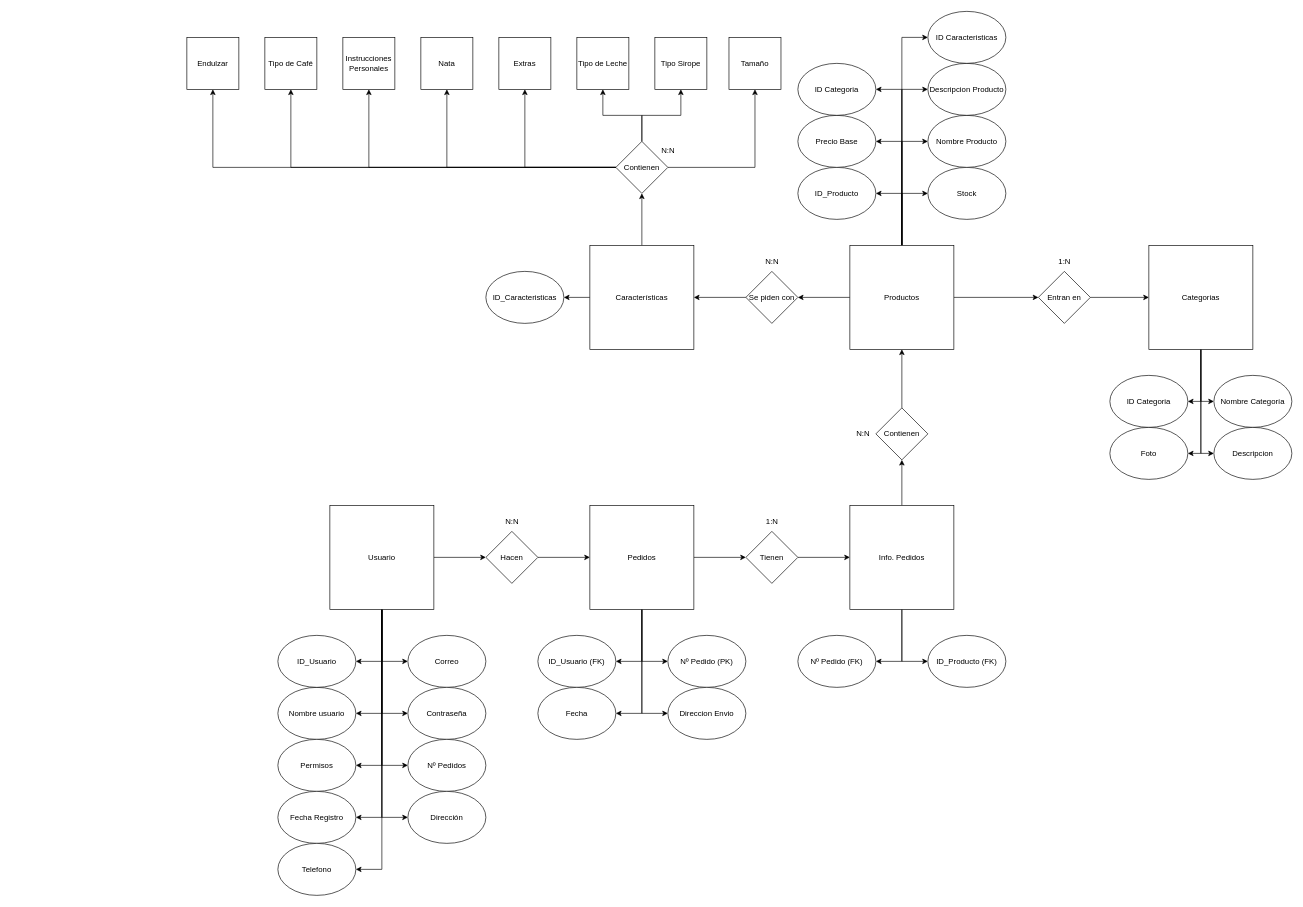
meeeww/tfg_server keeps this draw.io diagram as page "Modelo Relacional" (1 of 2) of BBDDTFG.drawio. Above is the earlier version. Source tidied: cells renumbered, new cells numbered last; positions are measured from the earlier drawing's top-left corner, leaving out a move shared by most shapes. Both pictures are drawn from the tidied source at 65%, with x=0, y=0 at pixel (187, 11).
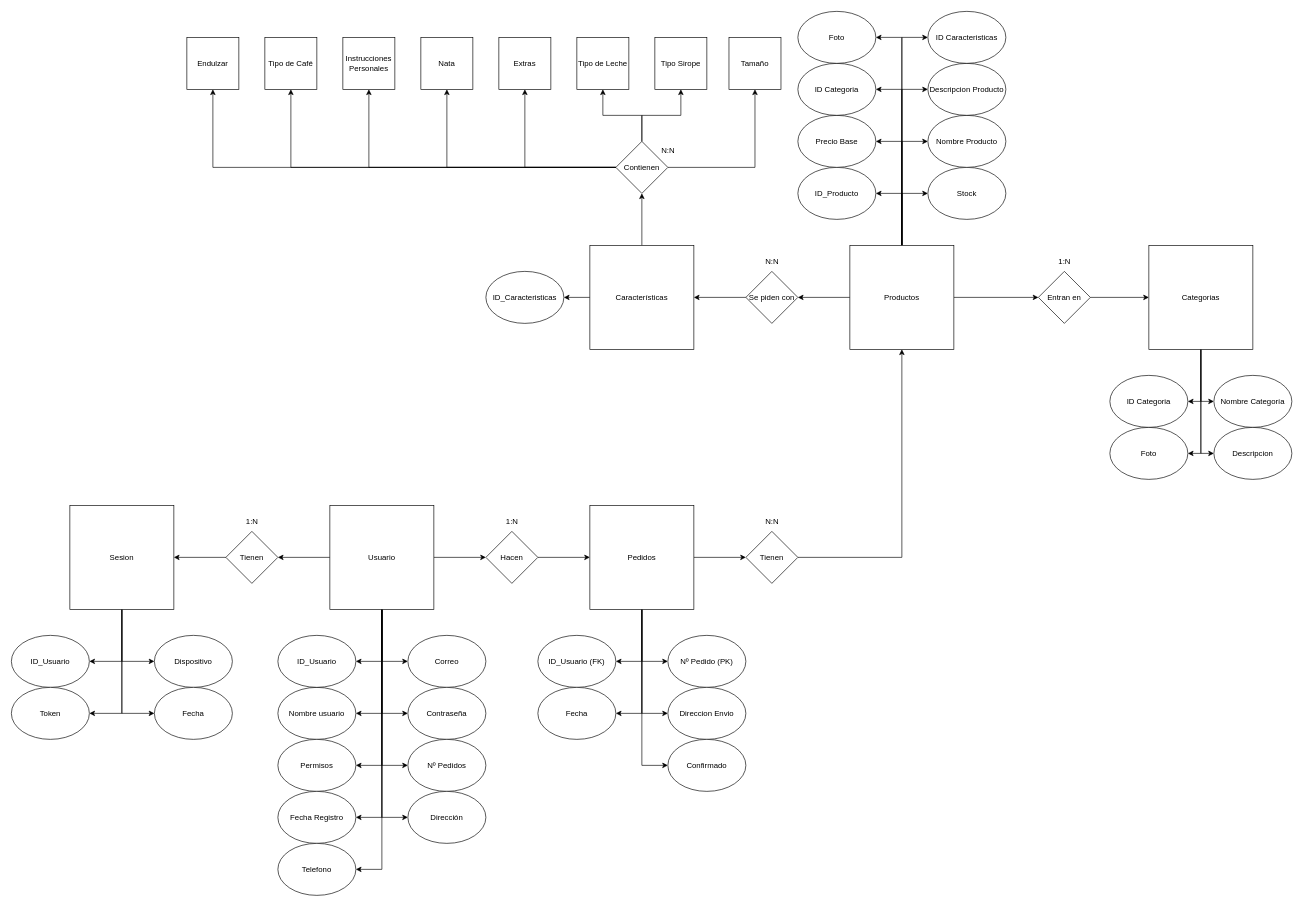
The same page after the edit.

The change refers to these unchanged cells:
```xml
<mxCell id="12" value="Usuario" style="whiteSpace=wrap;html=1;" parent="1" vertex="1">
  <mxGeometry x="220" y="760" width="160" height="160" as="geometry" />
</mxCell>
<mxCell id="23" value="Pedidos" style="whiteSpace=wrap;html=1;" parent="1" vertex="1">
  <mxGeometry x="620" y="760" width="160" height="160" as="geometry" />
</mxCell>
<mxCell id="36" value="Productos" style="whiteSpace=wrap;html=1;" parent="1" vertex="1">
  <mxGeometry x="1020" y="360" width="160" height="160" as="geometry" />
</mxCell>
<mxCell id="40" value="Tienen" style="rhombus;whiteSpace=wrap;html=1;" parent="1" vertex="1">
  <mxGeometry x="860" y="800" width="80" height="80" as="geometry" />
</mxCell>
```

The edit, as a diff of the source:
```diff
@@
+    <mxCell id="101" style="edgeStyle=orthogonalEdgeStyle;rounded=0;jettySize=auto;html=1;entryX=1;entryY=0.5;entryDx=0;entryDy=0;" parent="1" edge="1" source="12" target="115">
+      <mxGeometry relative="1" as="geometry" />
+    </mxCell>
@@
+    <mxCell id="102" style="edgeStyle=orthogonalEdgeStyle;rounded=0;jettySize=auto;html=1;entryX=0;entryY=0.5;entryDx=0;entryDy=0;" parent="1" edge="1" source="23" target="104">
+      <mxGeometry relative="1" as="geometry" />
+    </mxCell>
@@
+    <mxCell id="103" style="edgeStyle=orthogonalEdgeStyle;rounded=0;jettySize=auto;html=1;entryX=1;entryY=0.5;entryDx=0;entryDy=0;" parent="1" edge="1" source="36" target="117">
+      <mxGeometry relative="1" as="geometry" />
+    </mxCell>
@@
-    <mxCell id="37" style="edgeStyle=orthogonalEdgeStyle;rounded=0;jettySize=auto;html=1;entryX=0.5;entryY=1;entryDx=0;entryDy=0;" parent="1" edge="1" source="38" target="36">
-      <mxGeometry relative="1" as="geometry" />
-    </mxCell>
-    <mxCell id="38" value="Contienen" style="rhombus;whiteSpace=wrap;html=1;" parent="1" vertex="1">
-      <mxGeometry x="1060" y="610" width="80" height="80" as="geometry" />
-    </mxCell>
-    <mxCell id="39" style="edgeStyle=orthogonalEdgeStyle;rounded=0;jettySize=auto;html=1;entryX=0;entryY=0.5;entryDx=0;entryDy=0;" parent="1" edge="1" source="40" target="44">
+    <mxCell id="39" style="edgeStyle=orthogonalEdgeStyle;rounded=0;jettySize=auto;html=1;entryX=0.5;entryY=1;entryDx=0;entryDy=0;" parent="1" edge="1" source="40" target="36">
       <mxGeometry relative="1" as="geometry" />
     </mxCell>
@@
-    <mxCell id="41" style="edgeStyle=orthogonalEdgeStyle;rounded=0;jettySize=auto;html=1;entryX=1;entryY=0.5;entryDx=0;entryDy=0;" parent="1" edge="1" source="44" target="45">
-      <mxGeometry relative="1" as="geometry" />
-    </mxCell>
-    <mxCell id="42" style="edgeStyle=orthogonalEdgeStyle;rounded=0;jettySize=auto;html=1;entryX=0;entryY=0.5;entryDx=0;entryDy=0;" parent="1" edge="1" source="44" target="46">
-      <mxGeometry relative="1" as="geometry" />
-    </mxCell>
-    <mxCell id="43" style="edgeStyle=orthogonalEdgeStyle;rounded=0;jettySize=auto;html=1;entryX=0.5;entryY=1;entryDx=0;entryDy=0;" parent="1" edge="1" source="44" target="38">
-      <mxGeometry relative="1" as="geometry" />
-    </mxCell>
-    <mxCell id="44" value="Info. Pedidos" style="whiteSpace=wrap;html=1;" parent="1" vertex="1">
-      <mxGeometry x="1020" y="760" width="160" height="160" as="geometry" />
-    </mxCell>
-    <mxCell id="45" value="Nº Pedido (FK)" style="ellipse;whiteSpace=wrap;html=1;" parent="1" vertex="1">
-      <mxGeometry x="940" y="960" width="120" height="80" as="geometry" />
-    </mxCell>
-    <mxCell id="46" value="ID_Producto (FK)" style="ellipse;whiteSpace=wrap;html=1;" parent="1" vertex="1">
-      <mxGeometry x="1140" y="960" width="120" height="80" as="geometry" />
-    </mxCell>
@@
-    <mxCell id="81" value="1:N" style="text;html=1;align=center;verticalAlign=middle;strokeColor=none;fillColor=none;" parent="1" vertex="1">
+    <mxCell id="81" value="N:N" style="text;html=1;align=center;verticalAlign=middle;strokeColor=none;fillColor=none;" parent="1" vertex="1">
       <mxGeometry x="880" y="770" width="40" height="30" as="geometry" />
     </mxCell>
-    <mxCell id="82" value="N:N" style="text;html=1;align=center;verticalAlign=middle;strokeColor=none;fillColor=none;" parent="1" vertex="1">
+    <mxCell id="82" value="1:N" style="text;html=1;align=center;verticalAlign=middle;strokeColor=none;fillColor=none;" parent="1" vertex="1">
       <mxGeometry x="480" y="770" width="40" height="30" as="geometry" />
     </mxCell>
@@
-    <mxCell id="96" value="N:N" style="text;html=1;align=center;verticalAlign=middle;strokeColor=none;fillColor=none;" parent="1" vertex="1">
-      <mxGeometry x="1020" y="635" width="40" height="30" as="geometry" />
-    </mxCell>
@@
+    <mxCell id="104" value="Confirmado" style="ellipse;whiteSpace=wrap;html=1;" parent="1" vertex="1">
+      <mxGeometry x="740" y="1120" width="120" height="80" as="geometry" />
+    </mxCell>
+    <mxCell id="105" style="edgeStyle=orthogonalEdgeStyle;rounded=0;jettySize=auto;html=1;entryX=0;entryY=0.5;entryDx=0;entryDy=0;" parent="1" edge="1" source="109" target="112">
+      <mxGeometry relative="1" as="geometry" />
+    </mxCell>
+    <mxCell id="106" style="edgeStyle=orthogonalEdgeStyle;rounded=0;jettySize=auto;html=1;entryX=1;entryY=0.5;entryDx=0;entryDy=0;" parent="1" edge="1" source="109" target="110">
+      <mxGeometry relative="1" as="geometry" />
+    </mxCell>
+    <mxCell id="107" style="edgeStyle=orthogonalEdgeStyle;rounded=0;jettySize=auto;html=1;entryX=1;entryY=0.5;entryDx=0;entryDy=0;" parent="1" edge="1" source="109" target="111">
+      <mxGeometry relative="1" as="geometry" />
+    </mxCell>
+    <mxCell id="108" style="edgeStyle=orthogonalEdgeStyle;rounded=0;jettySize=auto;html=1;entryX=0;entryY=0.5;entryDx=0;entryDy=0;" parent="1" edge="1" source="109" target="113">
+      <mxGeometry relative="1" as="geometry" />
+    </mxCell>
+    <mxCell id="109" value="Sesion" style="whiteSpace=wrap;html=1;" parent="1" vertex="1">
+      <mxGeometry x="-180" y="760" width="160" height="160" as="geometry" />
+    </mxCell>
+    <mxCell id="110" value="ID_Usuario" style="ellipse;whiteSpace=wrap;html=1;" parent="1" vertex="1">
+      <mxGeometry x="-270" y="960" width="120" height="80" as="geometry" />
+    </mxCell>
+    <mxCell id="111" value="Token" style="ellipse;whiteSpace=wrap;html=1;" parent="1" vertex="1">
+      <mxGeometry x="-270" y="1040" width="120" height="80" as="geometry" />
+    </mxCell>
+    <mxCell id="112" value="Dispositivo" style="ellipse;whiteSpace=wrap;html=1;" parent="1" vertex="1">
+      <mxGeometry x="-50" y="960" width="120" height="80" as="geometry" />
+    </mxCell>
+    <mxCell id="113" value="Fecha" style="ellipse;whiteSpace=wrap;html=1;" parent="1" vertex="1">
+      <mxGeometry x="-50" y="1040" width="120" height="80" as="geometry" />
+    </mxCell>
+    <mxCell id="114" style="edgeStyle=orthogonalEdgeStyle;rounded=0;jettySize=auto;html=1;entryX=1;entryY=0.5;entryDx=0;entryDy=0;" parent="1" edge="1" source="115" target="109">
+      <mxGeometry relative="1" as="geometry" />
+    </mxCell>
+    <mxCell id="115" value="Tienen" style="rhombus;whiteSpace=wrap;html=1;" parent="1" vertex="1">
+      <mxGeometry x="60" y="800" width="80" height="80" as="geometry" />
+    </mxCell>
+    <mxCell id="116" value="1:N" style="text;html=1;align=center;verticalAlign=middle;strokeColor=none;fillColor=none;" parent="1" vertex="1">
+      <mxGeometry x="80" y="770" width="40" height="30" as="geometry" />
+    </mxCell>
+    <mxCell id="117" value="Foto" style="ellipse;whiteSpace=wrap;html=1;" parent="1" vertex="1">
+      <mxGeometry x="940" width="120" height="80" as="geometry" />
+    </mxCell>
```
